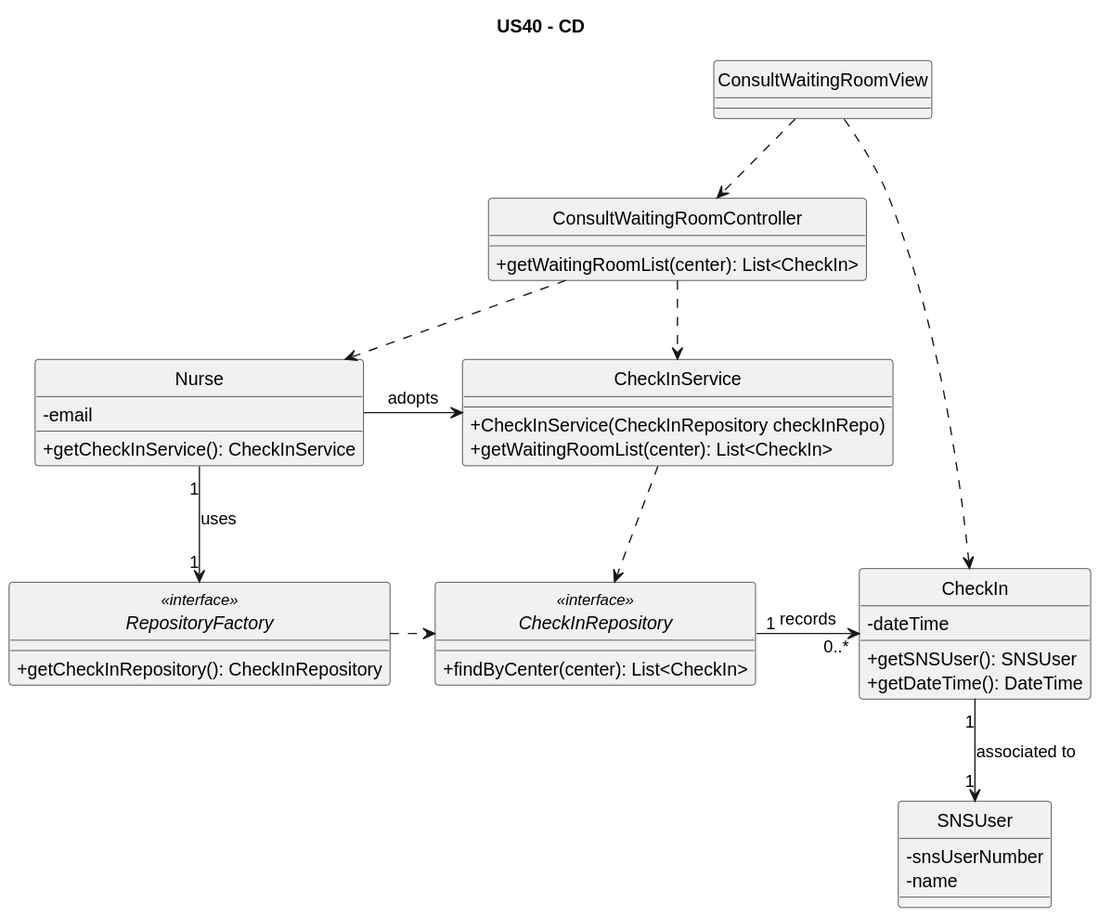
Earlier version of the PlantUML export docs/system-documentation/US40/svg/US40-CD.svg (luluisfcm/leti-esoft-25-26-B5).
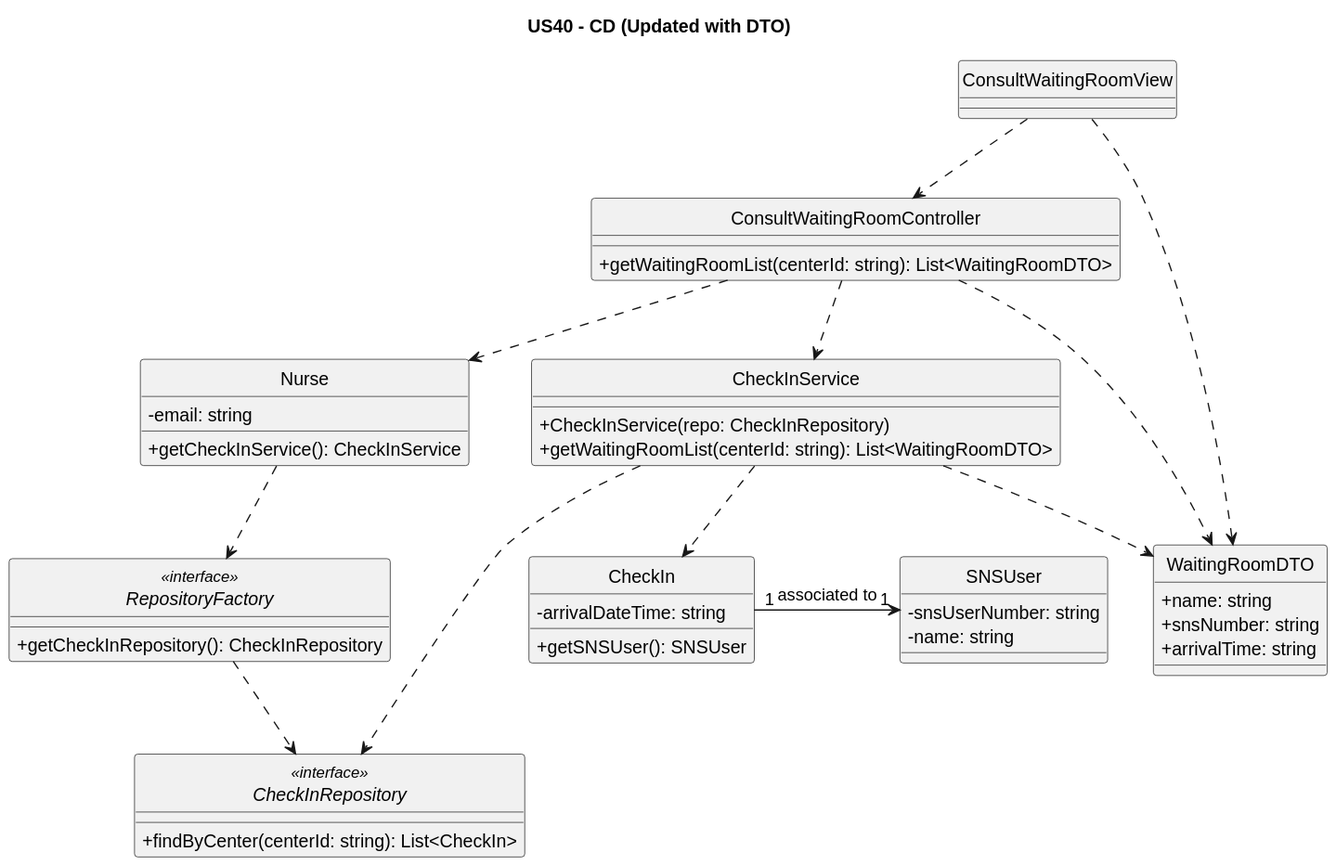
Later version of the same file.

Diff of the diagram source:
```diff
@@ -1,27 +1,33 @@
 @startuml
 hide circle
-title US40 - CD
+title US40 - CD (Updated with DTO)
 skinparam classAttributeIconSize 0
 
 class ConsultWaitingRoomView {
 }
 
 class ConsultWaitingRoomController {
-    +getWaitingRoomList(center): List<CheckIn>
+    +getWaitingRoomList(centerId: string): List<WaitingRoomDTO>
+}
+
+class WaitingRoomDTO {
+    +name: string
+    +snsNumber: string
+    +arrivalTime: string
 }
 
 class Nurse {
-    - email
+    -email: string
     +getCheckInService(): CheckInService
 }
 
 class CheckInService {
-    +CheckInService(CheckInRepository checkInRepo)
-    +getWaitingRoomList(center): List<CheckIn>
+    +CheckInService(repo: CheckInRepository)
+    +getWaitingRoomList(centerId: string): List<WaitingRoomDTO>
 }
 
 interface CheckInRepository <<interface>> {
-    +findByCenter(center): List<CheckIn>
+    +findByCenter(centerId: string): List<CheckIn>
 }
 
 interface RepositoryFactory <<interface>> {
@@ -29,26 +35,28 @@
 }
 
 class CheckIn {
-    - dateTime
+    -arrivalDateTime: string
     +getSNSUser(): SNSUser
-    +getDateTime(): DateTime
 }
 
 class SNSUser {
-    - snsUserNumber
-    - name
+    -snsUserNumber: string
+    -name: string
 }
 
-Nurse "1" -down-> "1" RepositoryFactory: uses
-CheckInRepository "1" -right-> "0..*" CheckIn: records
-CheckIn "1" -down-> "1" SNSUser: associated to
+ConsultWaitingRoomView ..> ConsultWaitingRoomController
+ConsultWaitingRoomView ..> WaitingRoomDTO
 
-ConsultWaitingRoomView ..> ConsultWaitingRoomController
-ConsultWaitingRoomView ..> CheckIn
 ConsultWaitingRoomController ..> Nurse
 ConsultWaitingRoomController ..> CheckInService
+ConsultWaitingRoomController ..> WaitingRoomDTO
+
 CheckInService ..> CheckInRepository
+CheckInService ..> WaitingRoomDTO
+CheckInService ..> CheckIn
 
-Nurse -> CheckInService: adopts
-RepositoryFactory .right.> CheckInRepository
+Nurse ..> RepositoryFactory
+RepositoryFactory ..> CheckInRepository
+
+CheckIn "1" -> "1" SNSUser : associated to
 @enduml
```
